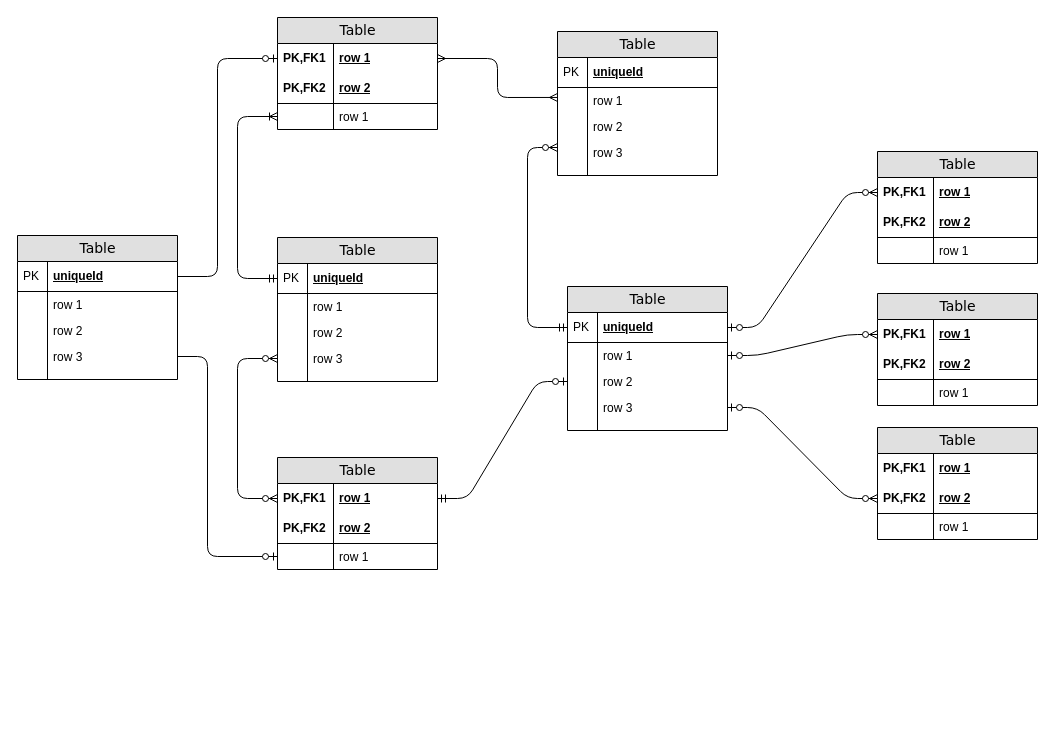
brnrajoriya/mailer-payment-module-db keeps this draw.io diagram as db/Untitled Diagram.drawio. Above is the earlier version. Source tidied: cells renumbered, new cells numbered last; positions are measured from the earlier drawing's top-left corner, leaving out a move shared by most shapes. Both pictures are drawn from the tidied source at 100%, with x=0, y=0 at pixel (17, 17).
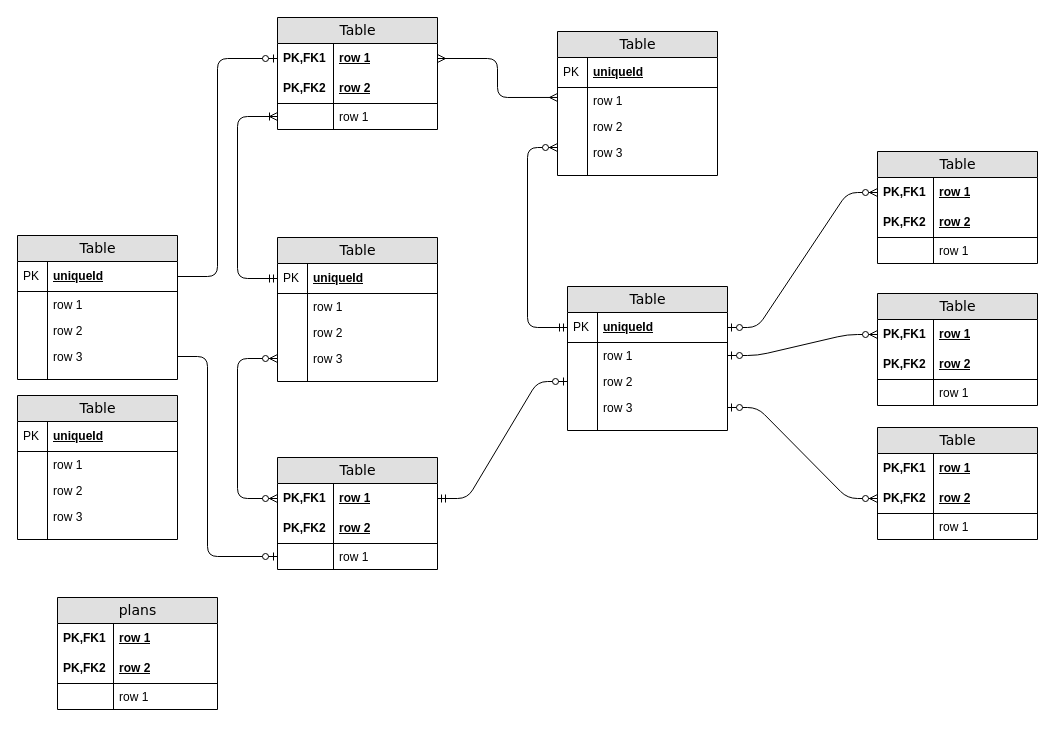
The same diagram, later.

The edit, as a diff of the source:
```diff
@@
+    <mxCell id="91" value="plans" style="swimlane;html=1;fontStyle=0;horizontal=1;startSize=26;fillColor=#e0e0e0;swimlaneFillColor=#ffffff;align=center;rounded=0;shadow=0;comic=0;labelBackgroundColor=none;strokeWidth=1;fontFamily=Verdana;fontSize=14;" parent="1" vertex="1">
+      <mxGeometry x="40" y="580" width="160" height="112" as="geometry" />
+    </mxCell>
+    <mxCell id="92" value="row 1" style="shape=partialRectangle;top=0;left=0;right=0;bottom=0;html=1;align=left;verticalAlign=middle;fillColor=none;spacingLeft=60;spacingRight=4;whiteSpace=wrap;overflow=hidden;fontStyle=5;" parent="91" vertex="1">
+      <mxGeometry y="26" width="160" height="30" as="geometry" />
+    </mxCell>
+    <mxCell id="93" value="PK,FK1" style="shape=partialRectangle;fontStyle=1;top=0;left=0;bottom=0;html=1;fillColor=none;align=left;verticalAlign=middle;spacingLeft=4;spacingRight=4;whiteSpace=wrap;overflow=hidden;" parent="92" vertex="1">
+      <mxGeometry width="56" height="30" as="geometry" />
+    </mxCell>
+    <mxCell id="94" value="row 2" style="shape=partialRectangle;top=0;left=0;right=0;bottom=1;html=1;align=left;verticalAlign=middle;fillColor=none;spacingLeft=60;spacingRight=4;whiteSpace=wrap;overflow=hidden;fontStyle=5;" parent="91" vertex="1">
+      <mxGeometry y="56" width="160" height="30" as="geometry" />
+    </mxCell>
+    <mxCell id="95" value="PK,FK2" style="shape=partialRectangle;fontStyle=1;top=0;left=0;bottom=0;html=1;fillColor=none;align=left;verticalAlign=middle;spacingLeft=4;spacingRight=4;whiteSpace=wrap;overflow=hidden;" parent="94" vertex="1">
+      <mxGeometry width="56" height="30" as="geometry" />
+    </mxCell>
+    <mxCell id="96" value="row 1" style="shape=partialRectangle;top=0;left=0;right=0;bottom=0;html=1;align=left;verticalAlign=top;fillColor=none;spacingLeft=60;spacingRight=4;whiteSpace=wrap;overflow=hidden;" parent="91" vertex="1">
+      <mxGeometry y="86" width="160" height="26" as="geometry" />
+    </mxCell>
+    <mxCell id="97" style="shape=partialRectangle;top=0;left=0;bottom=0;html=1;fillColor=none;align=left;verticalAlign=top;spacingLeft=4;spacingRight=4;whiteSpace=wrap;overflow=hidden;" parent="96" vertex="1">
+      <mxGeometry width="56" height="26" as="geometry" />
+    </mxCell>
+    <mxCell id="98" value="Table" style="swimlane;html=1;fontStyle=0;horizontal=1;startSize=26;fillColor=#e0e0e0;swimlaneFillColor=#ffffff;align=center;rounded=0;shadow=0;comic=0;labelBackgroundColor=none;strokeWidth=1;fontFamily=Verdana;fontSize=14;" parent="1" vertex="1">
+      <mxGeometry y="378" width="160" height="144" as="geometry" />
+    </mxCell>
+    <mxCell id="99" value="uniqueId" style="shape=partialRectangle;top=0;left=0;right=0;bottom=1;html=1;align=left;verticalAlign=middle;fillColor=none;spacingLeft=34;spacingRight=4;whiteSpace=wrap;overflow=hidden;fontStyle=5;" parent="98" vertex="1">
+      <mxGeometry y="26" width="160" height="30" as="geometry" />
+    </mxCell>
+    <mxCell id="100" value="PK" style="shape=partialRectangle;top=0;left=0;bottom=0;html=1;fillColor=none;align=left;verticalAlign=middle;spacingLeft=4;spacingRight=4;whiteSpace=wrap;overflow=hidden;" parent="99" vertex="1">
+      <mxGeometry width="30" height="30" as="geometry" />
+    </mxCell>
+    <mxCell id="101" value="row 1" style="shape=partialRectangle;top=0;left=0;right=0;bottom=0;html=1;align=left;verticalAlign=top;fillColor=none;spacingLeft=34;spacingRight=4;whiteSpace=wrap;overflow=hidden;" parent="98" vertex="1">
+      <mxGeometry y="56" width="160" height="26" as="geometry" />
+    </mxCell>
+    <mxCell id="102" style="shape=partialRectangle;top=0;left=0;bottom=0;html=1;fillColor=none;align=left;verticalAlign=top;spacingLeft=4;spacingRight=4;whiteSpace=wrap;overflow=hidden;" parent="101" vertex="1">
+      <mxGeometry width="30" height="26" as="geometry" />
+    </mxCell>
+    <mxCell id="103" value="row 2" style="shape=partialRectangle;top=0;left=0;right=0;bottom=0;html=1;align=left;verticalAlign=top;fillColor=none;spacingLeft=34;spacingRight=4;whiteSpace=wrap;overflow=hidden;" parent="98" vertex="1">
+      <mxGeometry y="82" width="160" height="26" as="geometry" />
+    </mxCell>
+    <mxCell id="104" style="shape=partialRectangle;top=0;left=0;bottom=0;html=1;fillColor=none;align=left;verticalAlign=top;spacingLeft=4;spacingRight=4;whiteSpace=wrap;overflow=hidden;" parent="103" vertex="1">
+      <mxGeometry width="30" height="26" as="geometry" />
+    </mxCell>
+    <mxCell id="105" value="row 3" style="shape=partialRectangle;top=0;left=0;right=0;bottom=0;html=1;align=left;verticalAlign=top;fillColor=none;spacingLeft=34;spacingRight=4;whiteSpace=wrap;overflow=hidden;" parent="98" vertex="1">
+      <mxGeometry y="108" width="160" height="26" as="geometry" />
+    </mxCell>
+    <mxCell id="106" style="shape=partialRectangle;top=0;left=0;bottom=0;html=1;fillColor=none;align=left;verticalAlign=top;spacingLeft=4;spacingRight=4;whiteSpace=wrap;overflow=hidden;" parent="105" vertex="1">
+      <mxGeometry width="30" height="26" as="geometry" />
+    </mxCell>
+    <mxCell id="107" style="shape=partialRectangle;top=0;left=0;right=0;bottom=0;html=1;align=left;verticalAlign=top;fillColor=none;spacingLeft=34;spacingRight=4;whiteSpace=wrap;overflow=hidden;" parent="98" vertex="1">
+      <mxGeometry y="134" width="160" height="10" as="geometry" />
+    </mxCell>
+    <mxCell id="108" style="shape=partialRectangle;top=0;left=0;bottom=0;html=1;fillColor=none;align=left;verticalAlign=top;spacingLeft=4;spacingRight=4;whiteSpace=wrap;overflow=hidden;" parent="107" vertex="1">
+      <mxGeometry width="30" height="10" as="geometry" />
+    </mxCell>
```
